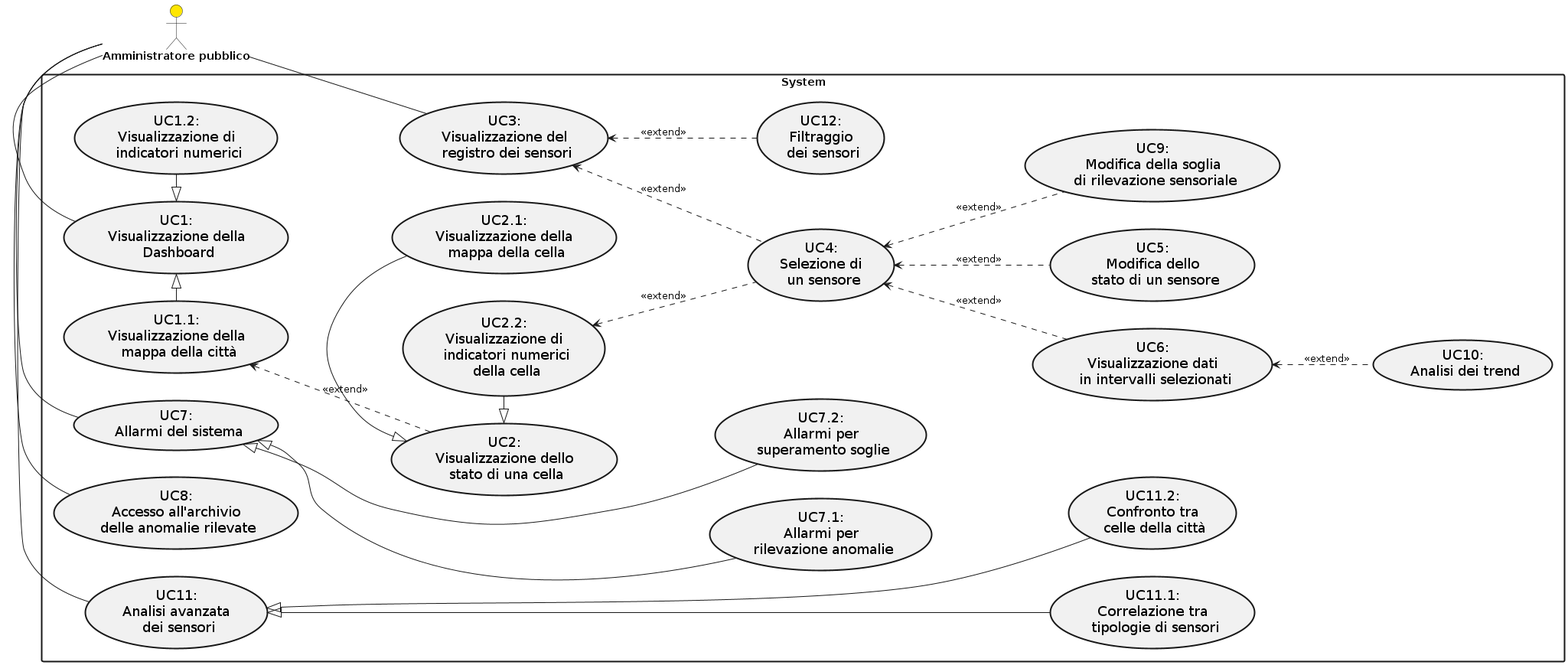
This is src/2_RTB/AnalisiDeiRequisiti/assets/USECASES.png from SWATEngineering/Docs, a PlantUML export, as it was before one commit.
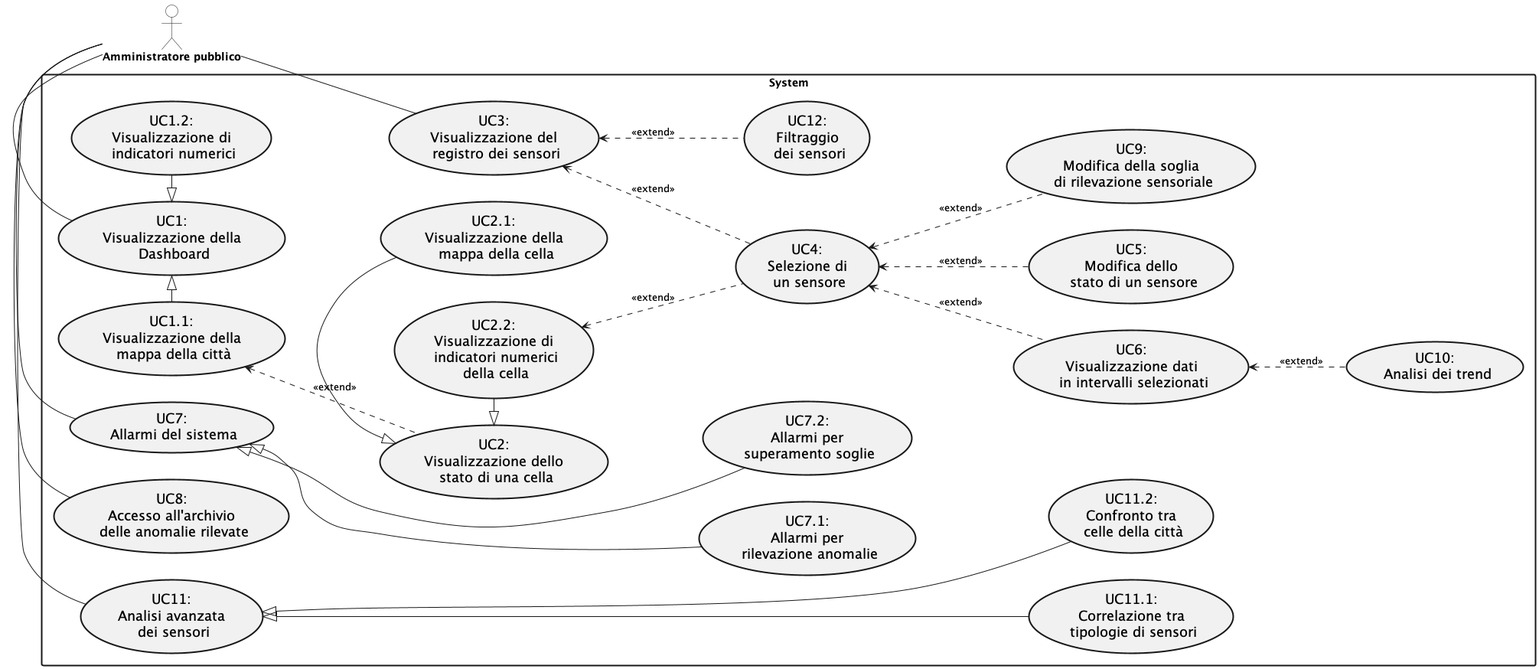
After the commit.

The edit, as a diff of the source:
```diff
@@ -1,4 +1,4 @@
-@startuml USERCASES
+@startuml USECASES
 
 
 
@@ -7,13 +7,10 @@
 skinparam actor {
   FontSize 14
   FontStyle bold
-
-  }
+}
 
 skinparam usecase{
-
   FontSize 18
-
   BorderStyle solid
   BorderThickness 2
 }
@@ -24,7 +21,7 @@
 }
 
 
-actor amministratorepubblico as "Amministratore pubblico" #FFE600
+actor amministratorepubblico as "Amministratore pubblico" #FFFFFF
 
 rectangle "System" {
   usecase "UC1.1:\n Visualizzazione della \n mappa della città" as UC1.1
```
